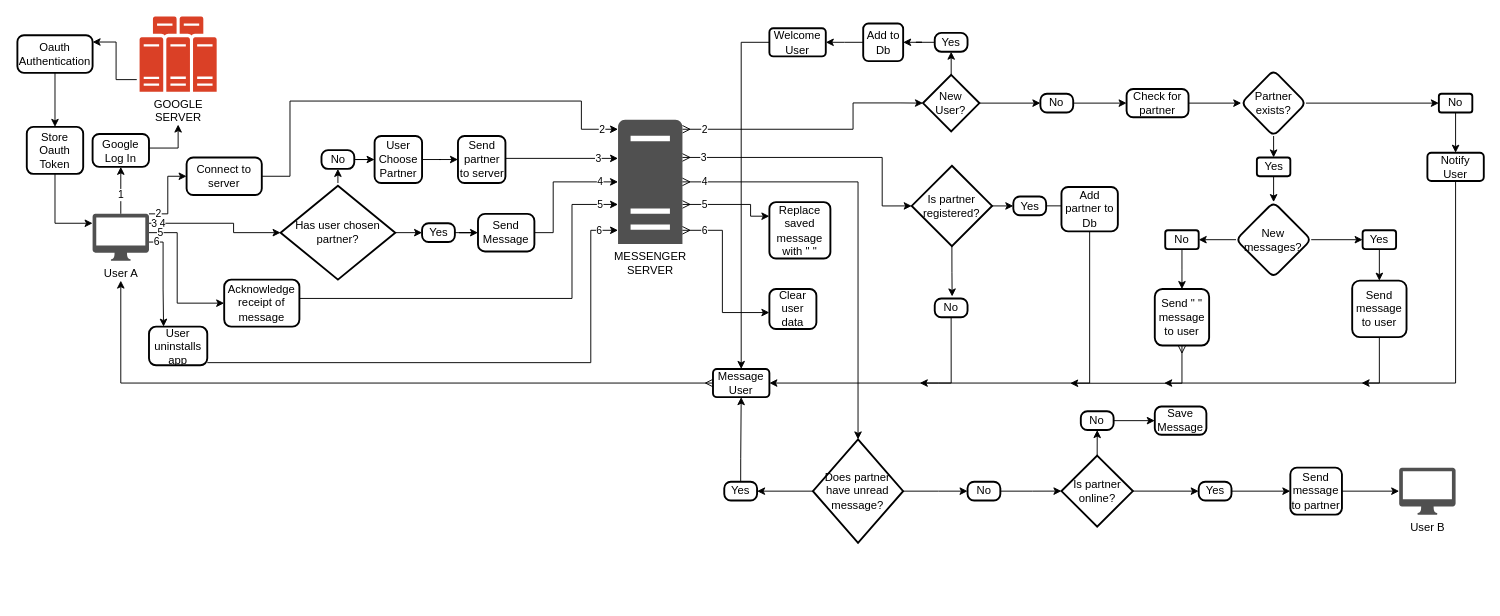
gitupwithit/mini_messenger_extension keeps this draw.io diagram as mini_messenger_flowchart.drawio. Above is the earlier version. Source tidied: cells renumbered, new cells numbered last; positions are measured from the earlier drawing's top-left corner, leaving out a move shared by most shapes. Both pictures are drawn from the tidied source at 94%, with x=0, y=0 at pixel (17, 16).
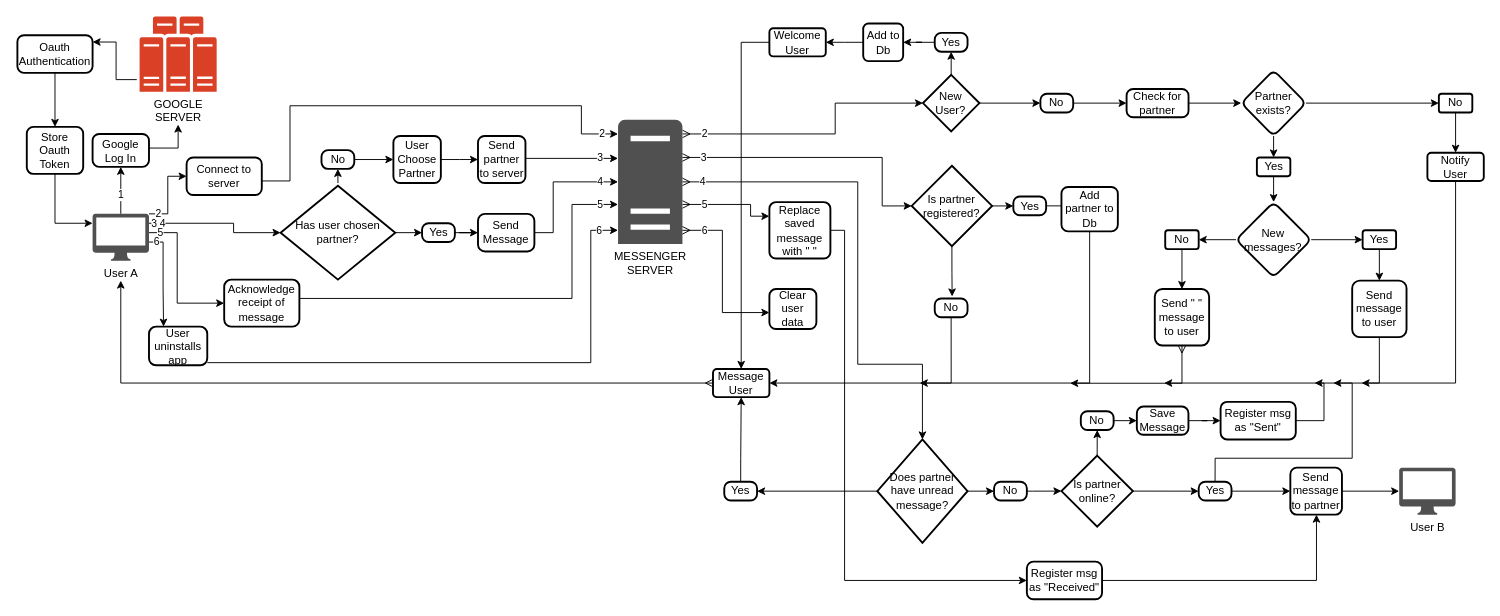
The same page after the edit.

Unchanged cells that the change refers to:
```xml
<mxCell id="12" value="MESSENGER&lt;br&gt;SERVER" style="sketch=0;shadow=0;dashed=0;html=1;strokeColor=none;fillColor=#505050;labelPosition=center;verticalLabelPosition=bottom;verticalAlign=top;outlineConnect=0;align=center;shape=mxgraph.office.servers.server_generic;points=[[0.11,0.94,0,0,0],[0.5,1,0,0,34],[1,1,0,2,3]];" parent="1" vertex="1">
  <mxGeometry x="639" y="110" width="68.5" height="132" as="geometry" />
</mxCell>
<mxCell id="20" value="New User?" style="strokeWidth=2;html=1;shape=mxgraph.flowchart.decision;whiteSpace=wrap;" parent="1" vertex="1">
  <mxGeometry x="963.4" y="62.2" width="60" height="60" as="geometry" />
</mxCell>
<mxCell id="76" value="Yes" style="rounded=1;whiteSpace=wrap;html=1;absoluteArcSize=1;arcSize=14;strokeWidth=2;" parent="1" vertex="1">
  <mxGeometry x="1256.7" y="495" width="34.9" height="20" as="geometry" />
</mxCell>
<mxCell id="83" value="Send message to partner" style="rounded=1;whiteSpace=wrap;html=1;absoluteArcSize=1;arcSize=14;strokeWidth=2;" parent="1" vertex="1">
  <mxGeometry x="1354.2" y="480" width="54.9" height="50" as="geometry" />
</mxCell>
<mxCell id="94" value="Replace saved message with &quot; &quot;" style="rounded=1;whiteSpace=wrap;html=1;absoluteArcSize=1;arcSize=14;strokeWidth=2;" parent="1" vertex="1">
  <mxGeometry x="800" y="197.5" width="64.9" height="60" as="geometry" />
</mxCell>
<mxCell id="96" value="Connect to server" style="rounded=1;whiteSpace=wrap;html=1;absoluteArcSize=1;arcSize=14;strokeWidth=2;" parent="1" vertex="1">
  <mxGeometry x="180" y="150" width="80" height="40" as="geometry" />
</mxCell>
```

The edit, as a diff of the source:
```diff
@@
-    <mxCell id="10" value="2" style="edgeStyle=orthogonalEdgeStyle;rounded=0;jettySize=auto;html=1;entryX=0;entryY=0.5;entryDx=0;entryDy=0;entryPerimeter=0;jumpStyle=none;startArrow=ERmany;startFill=0;strokeWidth=1;shadow=0;" parent="1" edge="1" source="12" target="20">
+    <mxCell id="10" value="2" style="edgeStyle=orthogonalEdgeStyle;rounded=0;jettySize=auto;html=1;jumpStyle=none;startArrow=ERmany;startFill=0;strokeWidth=1;shadow=0;entryX=0;entryY=0.5;entryDx=0;entryDy=0;entryPerimeter=0;" parent="1" edge="1" target="20">
       <mxGeometry x="-0.84" relative="1" as="geometry">
+        <mxPoint x="707.5" y="125" as="sourcePoint" />
         <Array as="points">
-          <mxPoint x="889" y="120" />
-          <mxPoint x="889" y="92" />
-          <mxPoint x="940" y="92" />
+          <mxPoint x="870" y="125" />
+          <mxPoint x="870" y="92" />
         </Array>
       </mxGeometry>
     </mxCell>
@@
     <mxCell id="58" value="User Choose Partner" style="rounded=1;whiteSpace=wrap;html=1;absoluteArcSize=1;arcSize=14;strokeWidth=2;" parent="1" vertex="1">
-      <mxGeometry x="380" y="127.2" width="50.5" height="50" as="geometry" />
+      <mxGeometry x="400" y="127.2" width="50.5" height="50" as="geometry" />
     </mxCell>
     <mxCell id="59" value="3" style="edgeStyle=orthogonalEdgeStyle;rounded=0;jettySize=auto;html=1;exitX=1;exitY=0.5;exitDx=0;exitDy=0;" parent="1" edge="1" target="12">
-      <mxGeometry x="0.65" relative="1" as="geometry">
+      <mxGeometry x="0.69" y="1" relative="1" as="geometry">
         <mxPoint x="519.2" y="149.9" as="sourcePoint" />
         <Array as="points">
           <mxPoint x="519" y="151" />
         </Array>
       </mxGeometry>
     </mxCell>
     <mxCell id="60" value="Send&lt;div&gt;partner to server&lt;/div&gt;" style="rounded=1;whiteSpace=wrap;html=1;absoluteArcSize=1;arcSize=14;strokeWidth=2;" parent="1" vertex="1">
-      <mxGeometry x="468.7" y="127.2" width="50.5" height="50" as="geometry" />
+      <mxGeometry x="490" y="127.2" width="50.5" height="50" as="geometry" />
     </mxCell>
@@
+    <mxCell id="105" style="edgeStyle=orthogonalEdgeStyle;rounded=0;jettySize=auto;html=1;exitX=0.5;exitY=0;exitDx=0;exitDy=0;" parent="1" edge="1" source="76">
+      <mxGeometry relative="1" as="geometry">
+        <mxPoint x="1400" y="390" as="targetPoint" />
+        <Array as="points">
+          <mxPoint x="1274" y="470" />
+          <mxPoint x="1420" y="470" />
+          <mxPoint x="1420" y="390" />
+        </Array>
+      </mxGeometry>
+    </mxCell>
@@
     <mxCell id="80" value="4" style="edgeStyle=orthogonalEdgeStyle;rounded=0;jettySize=auto;html=1;entryX=0.5;entryY=0;entryDx=0;entryDy=0;entryPerimeter=0;startArrow=ERmany;startFill=0;" parent="1" edge="1" source="12" target="87">
-      <mxGeometry x="-0.9" relative="1" as="geometry">
+      <mxGeometry x="-0.92" relative="1" as="geometry">
         <Array as="points">
           <mxPoint x="894" y="176" />
+          <mxPoint x="894" y="370" />
+          <mxPoint x="963" y="370" />
         </Array>
       </mxGeometry>
     </mxCell>
@@
+    <mxCell id="106" style="edgeStyle=orthogonalEdgeStyle;rounded=0;jettySize=auto;html=1;" parent="1" edge="1" source="84" target="111">
+      <mxGeometry relative="1" as="geometry" />
+    </mxCell>
     <mxCell id="84" value="Save Message" style="rounded=1;whiteSpace=wrap;html=1;absoluteArcSize=1;arcSize=14;strokeWidth=2;" parent="1" vertex="1">
-      <mxGeometry x="1210" y="415" width="54.9" height="30" as="geometry" />
+      <mxGeometry x="1190.9" y="415" width="54.9" height="30" as="geometry" />
     </mxCell>
@@
     <mxCell id="87" value="&lt;span style=&quot;background-color: initial;&quot;&gt;Does partner have unread message?&lt;/span&gt;" style="strokeWidth=2;html=1;shape=mxgraph.flowchart.decision;whiteSpace=wrap;" parent="1" vertex="1">
-      <mxGeometry x="846.3" y="450" width="96" height="110" as="geometry" />
+      <mxGeometry x="914.8" y="450" width="96" height="110" as="geometry" />
     </mxCell>
@@
     <mxCell id="90" value="No" style="rounded=1;whiteSpace=wrap;html=1;absoluteArcSize=1;arcSize=14;strokeWidth=2;" parent="1" vertex="1">
-      <mxGeometry x="1010.8" y="495" width="34.9" height="20" as="geometry" />
+      <mxGeometry x="1039" y="495" width="34.9" height="20" as="geometry" />
     </mxCell>
@@
+    <mxCell id="107" style="edgeStyle=orthogonalEdgeStyle;rounded=0;jettySize=auto;html=1;exitX=1;exitY=0.5;exitDx=0;exitDy=0;" parent="1" edge="1" source="109" target="83">
+      <mxGeometry relative="1" as="geometry">
+        <Array as="points">
+          <mxPoint x="1382" y="600" />
+        </Array>
+      </mxGeometry>
+    </mxCell>
@@
-    <mxCell id="95" value="2" style="edgeStyle=orthogonalEdgeStyle;rounded=0;jettySize=auto;html=1;exitX=1;exitY=0.5;exitDx=0;exitDy=0;" parent="1" edge="1" source="96" target="12">
+    <mxCell id="95" value="2" style="edgeStyle=orthogonalEdgeStyle;rounded=0;orthogonalLoop=1;jettySize=auto;html=1;exitX=1;exitY=0.5;exitDx=0;exitDy=0;" parent="1" edge="1">
       <mxGeometry x="0.93" relative="1" as="geometry">
+        <mxPoint x="260" y="175" as="sourcePoint" />
+        <mxPoint x="639" y="125" as="targetPoint" />
         <Array as="points">
-          <mxPoint x="290" y="170" />
-          <mxPoint x="290" y="90" />
-          <mxPoint x="600" y="90" />
-          <mxPoint x="600" y="120" />
+          <mxPoint x="290" y="175" />
+          <mxPoint x="290" y="95" />
+          <mxPoint x="600" y="95" />
+          <mxPoint x="600" y="125" />
         </Array>
       </mxGeometry>
     </mxCell>
@@
+    <mxCell id="108" style="edgeStyle=orthogonalEdgeStyle;rounded=0;jettySize=auto;html=1;exitX=1;exitY=0.5;exitDx=0;exitDy=0;" parent="1" edge="1" source="94" target="109">
+      <mxGeometry relative="1" as="geometry">
+        <Array as="points">
+          <mxPoint x="880" y="228" />
+          <mxPoint x="880" y="600" />
+        </Array>
+      </mxGeometry>
+    </mxCell>
+    <mxCell id="109" value="Register msg as &quot;Received&quot;" style="rounded=1;whiteSpace=wrap;html=1;absoluteArcSize=1;arcSize=14;strokeWidth=2;" parent="1" vertex="1">
+      <mxGeometry x="1073.9" y="580" width="80" height="40" as="geometry" />
+    </mxCell>
+    <mxCell id="110" style="edgeStyle=orthogonalEdgeStyle;rounded=0;jettySize=auto;html=1;exitX=1;exitY=0.5;exitDx=0;exitDy=0;" parent="1" edge="1" source="111">
+      <mxGeometry relative="1" as="geometry">
+        <mxPoint x="1380" y="390" as="targetPoint" />
+        <Array as="points">
+          <mxPoint x="1390" y="430" />
+          <mxPoint x="1390" y="390" />
+        </Array>
+      </mxGeometry>
+    </mxCell>
+    <mxCell id="111" value="Register msg&lt;div&gt;as &quot;Sent&quot;&lt;/div&gt;" style="rounded=1;whiteSpace=wrap;html=1;absoluteArcSize=1;arcSize=14;strokeWidth=2;" parent="1" vertex="1">
+      <mxGeometry x="1280" y="410" width="80" height="40" as="geometry" />
+    </mxCell>
```
